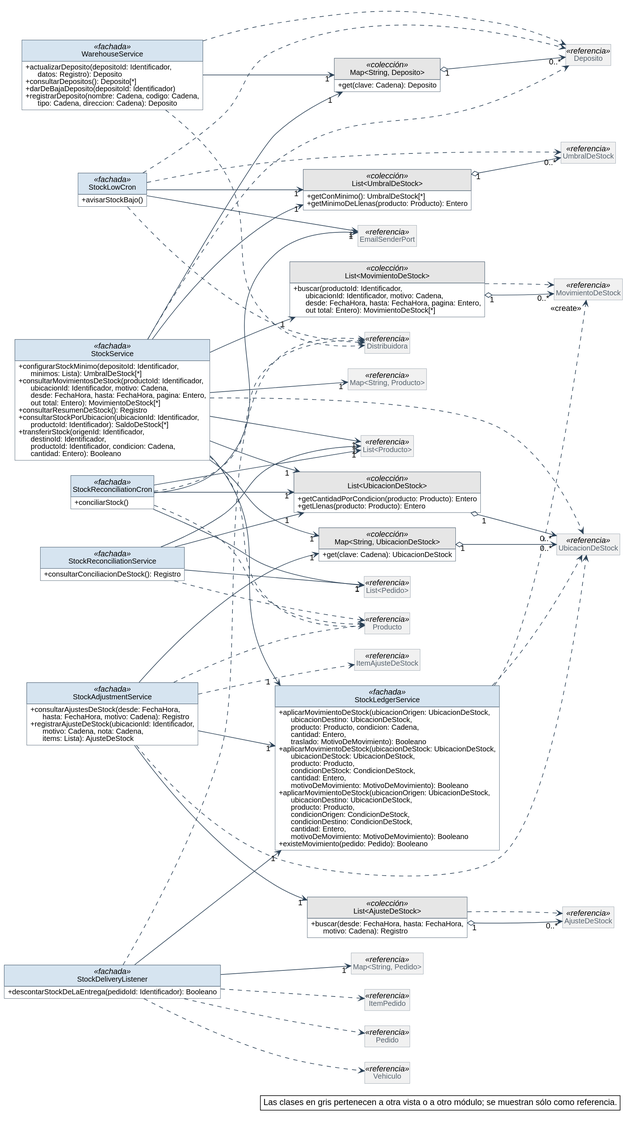
This is diagramas/clases-diseno/DC_Mod_Stock.svg from Nahuelito-Dev/splg-docs, a PlantUML export, as it was before one commit.
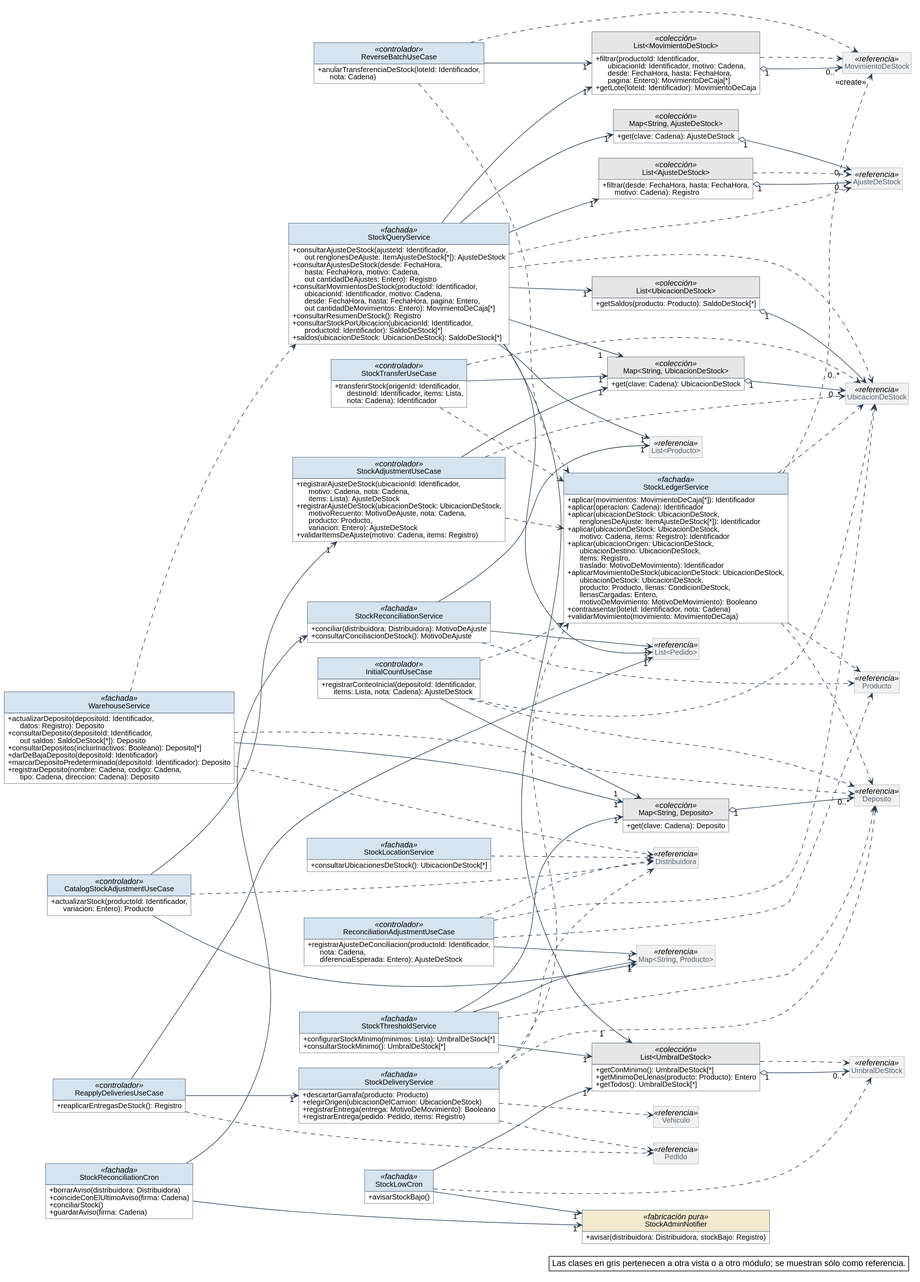
After the commit.

Change to the diagram source:
```diff
@@ -60,129 +60,190 @@
 left to right direction
 skinparam nodesep 25
 skinparam ranksep 90
+class CatalogStockAdjustmentUseCase <<controlador>> {
+  + actualizarStock(productoId: Identificador,\n      variacion: Entero): Producto
+}
+class StockAdjustmentUseCase <<controlador>> {
+  + registrarAjusteDeStock(ubicacionId: Identificador,\n      motivo: Cadena, nota: Cadena,\n      items: Lista): AjusteDeStock
+  + registrarAjusteDeStock(ubicacionDeStock: UbicacionDeStock,\n      motivoRecuento: MotivoDeAjuste, nota: Cadena,\n      producto: Producto,\n      variacion: Entero): AjusteDeStock
+  + validarItemsDeAjuste(motivo: Cadena, items: Registro)
+}
 class WarehouseService <<fachada>> {
   + actualizarDeposito(depositoId: Identificador,\n      datos: Registro): Deposito
-  + consultarDepositos(): Deposito[*]
+  + consultarDeposito(depositoId: Identificador,\n      out saldos: SaldoDeStock[*]): Deposito
+  + consultarDepositos(incluirInactivos: Booleano): Deposito[*]
   + darDeBajaDeposito(depositoId: Identificador)
+  + marcarDepositoPredeterminado(depositoId: Identificador): Deposito
   + registrarDeposito(nombre: Cadena, codigo: Cadena,\n      tipo: Cadena, direccion: Cadena): Deposito
 }
-class StockService <<fachada>> {
-  + configurarStockMinimo(depositoId: Identificador,\n      minimos: Lista): UmbralDeStock[*]
-  + consultarMovimientosDeStock(productoId: Identificador,\n      ubicacionId: Identificador, motivo: Cadena,\n      desde: FechaHora, hasta: FechaHora, pagina: Entero,\n      out total: Entero): MovimientoDeStock[*]
+class "Map<String, Deposito>" as Map_String_Deposito <<colección>> {
+  + get(clave: Cadena): Deposito
+}
+class StockQueryService <<fachada>> {
+  + consultarAjusteDeStock(ajusteId: Identificador,\n      out renglonesDeAjuste: ItemAjusteDeStock[*]): AjusteDeStock
+  + consultarAjustesDeStock(desde: FechaHora,\n      hasta: FechaHora, motivo: Cadena,\n      out cantidadDeAjustes: Entero): Registro
+  + consultarMovimientosDeStock(productoId: Identificador,\n      ubicacionId: Identificador, motivo: Cadena,\n      desde: FechaHora, hasta: FechaHora, pagina: Entero,\n      out cantidadDeMovimientos: Entero): MovimientoDeCaja[*]
   + consultarResumenDeStock(): Registro
   + consultarStockPorUbicacion(ubicacionId: Identificador,\n      productoId: Identificador): SaldoDeStock[*]
-  + transferirStock(origenId: Identificador,\n      destinoId: Identificador,\n      productoId: Identificador, condicion: Cadena,\n      cantidad: Entero): Booleano
+  + saldos(ubicacionDeStock: UbicacionDeStock): SaldoDeStock[*]
 }
-class "List<UbicacionDeStock>" as List_UbicacionDeStock <<colección>> {
-  + getCantidadPorCondicion(producto: Producto): Entero
-  + getLlenas(producto: Producto): Entero
+class "Map<String, UbicacionDeStock>" as Map_String_UbicacionDeStock <<colección>> {
+  + get(clave: Cadena): UbicacionDeStock
+}
+class StockLocationService <<fachada>> {
+  + consultarUbicacionesDeStock(): UbicacionDeStock[*]
+}
+class "List<MovimientoDeStock>" as List_MovimientoDeStock <<colección>> {
+  + filtrar(productoId: Identificador,\n      ubicacionId: Identificador, motivo: Cadena,\n      desde: FechaHora, hasta: FechaHora,\n      pagina: Entero): MovimientoDeCaja[*]
+  + getLote(loteId: Identificador): MovimientoDeCaja
+}
+class StockThresholdService <<fachada>> {
+  + configurarStockMinimo(minimos: Lista): UmbralDeStock[*]
+  + consultarStockMinimo(): UmbralDeStock[*]
 }
 class "List<UmbralDeStock>" as List_UmbralDeStock <<colección>> {
   + getConMinimo(): UmbralDeStock[*]
   + getMinimoDeLlenas(producto: Producto): Entero
-}
-class "Map<String, UbicacionDeStock>" as Map_String_UbicacionDeStock <<colección>> {
-  + get(clave: Cadena): UbicacionDeStock
-}
-class "List<MovimientoDeStock>" as List_MovimientoDeStock <<colección>> {
-  + buscar(productoId: Identificador,\n      ubicacionId: Identificador, motivo: Cadena,\n      desde: FechaHora, hasta: FechaHora, pagina: Entero,\n      out total: Entero): MovimientoDeStock[*]
-}
-class "Map<String, Deposito>" as Map_String_Deposito <<colección>> {
-  + get(clave: Cadena): Deposito
+  + getTodos(): UmbralDeStock[*]
 }
 class StockLowCron <<fachada>> {
   + avisarStockBajo()
 }
+class StockAdminNotifier <<fabricación pura>> {
+  + avisar(distribuidora: Distribuidora, stockBajo: Registro)
+}
+class StockTransferUseCase <<controlador>> {
+  + transferirStock(origenId: Identificador,\n      destinoId: Identificador, items: Lista,\n      nota: Cadena): Identificador
+}
 class StockLedgerService <<fachada>> {
-  + aplicarMovimientoDeStock(ubicacionOrigen: UbicacionDeStock,\n      ubicacionDestino: UbicacionDeStock,\n      producto: Producto, condicion: Cadena,\n      cantidad: Entero,\n      traslado: MotivoDeMovimiento): Booleano
-  + aplicarMovimientoDeStock(ubicacionDeStock: UbicacionDeStock,\n      ubicacionDeStock: UbicacionDeStock,\n      producto: Producto,\n      condicionDeStock: CondicionDeStock,\n      cantidad: Entero,\n      motivoDeMovimiento: MotivoDeMovimiento): Booleano
-  + aplicarMovimientoDeStock(ubicacionOrigen: UbicacionDeStock,\n      ubicacionDestino: UbicacionDeStock,\n      producto: Producto,\n      condicionOrigen: CondicionDeStock,\n      condicionDestino: CondicionDeStock,\n      cantidad: Entero,\n      motivoDeMovimiento: MotivoDeMovimiento): Booleano
-  + existeMovimiento(pedido: Pedido): Booleano
+  + aplicar(movimientos: MovimientoDeCaja[*]): Identificador
+  + aplicar(operacion: Cadena): Identificador
+  + aplicar(ubicacionDeStock: UbicacionDeStock,\n      renglonesDeAjuste: ItemAjusteDeStock[*]): Identificador
+  + aplicar(ubicacionDeStock: UbicacionDeStock,\n      motivo: Cadena, items: Registro): Identificador
+  + aplicar(ubicacionOrigen: UbicacionDeStock,\n      ubicacionDestino: UbicacionDeStock,\n      items: Registro,\n      traslado: MotivoDeMovimiento): Identificador
+  + aplicarMovimientoDeStock(ubicacionDeStock: UbicacionDeStock,\n      ubicacionDeStock: UbicacionDeStock,\n      producto: Producto, llenas: CondicionDeStock,\n      llenasCargadas: Entero,\n      motivoDeMovimiento: MotivoDeMovimiento): Booleano
+  + contraasentar(loteId: Identificador, nota: Cadena)
+  + validarMovimiento(movimiento: MovimientoDeCaja)
 }
-class StockAdjustmentService <<fachada>> {
-  + consultarAjustesDeStock(desde: FechaHora,\n      hasta: FechaHora, motivo: Cadena): Registro
-  + registrarAjusteDeStock(ubicacionId: Identificador,\n      motivo: Cadena, nota: Cadena,\n      items: Lista): AjusteDeStock
+class StockDeliveryService <<fachada>> {
+  + descartarGarrafa(producto: Producto)
+  + elegirOrigen(ubicacionDelCamion: UbicacionDeStock)
+  + registrarEntrega(entrega: MotivoDeMovimiento): Booleano
+  + registrarEntrega(pedido: Pedido, items: Registro)
+}
+class StockReconciliationCron <<fachada>> {
+  + borrarAviso(distribuidora: Distribuidora)
+  + coincideConElUltimoAviso(firma: Cadena)
+  + conciliarStock()
+  + guardarAviso(firma: Cadena)
+}
+class StockReconciliationService <<fachada>> {
+  + conciliar(distribuidora: Distribuidora): MotivoDeAjuste
+  + consultarConciliacionDeStock(): MotivoDeAjuste
+}
+class InitialCountUseCase <<controlador>> {
+  + registrarConteoInicial(depositoId: Identificador,\n      items: Lista, nota: Cadena): AjusteDeStock
+}
+class "Map<String, AjusteDeStock>" as Map_String_AjusteDeStock <<colección>> {
+  + get(clave: Cadena): AjusteDeStock
 }
 class "List<AjusteDeStock>" as List_AjusteDeStock <<colección>> {
-  + buscar(desde: FechaHora, hasta: FechaHora,\n      motivo: Cadena): Registro
+  + filtrar(desde: FechaHora, hasta: FechaHora,\n      motivo: Cadena): Registro
 }
-class StockDeliveryListener <<fachada>> {
-  + descontarStockDeLaEntrega(pedidoId: Identificador): Booleano
+class ReverseBatchUseCase <<controlador>> {
+  + anularTransferenciaDeStock(loteId: Identificador,\n      nota: Cadena)
 }
-class StockReconciliationCron <<fachada>> {
-  + conciliarStock()
+class ReconciliationAdjustmentUseCase <<controlador>> {
+  + registrarAjusteDeConciliacion(productoId: Identificador,\n      nota: Cadena,\n      diferenciaEsperada: Entero): AjusteDeStock
 }
-class StockReconciliationService <<fachada>> {
-  + consultarConciliacionDeStock(): Registro
+class ReapplyDeliveriesUseCase <<controlador>> {
+  + reaplicarEntregasDeStock(): Registro
 }
+class "List<UbicacionDeStock>" as List_UbicacionDeStock <<colección>> {
+  + getSaldos(producto: Producto): SaldoDeStock[*]
+}
+class Deposito <<referencia>>
 class UbicacionDeStock <<referencia>>
+class MovimientoDeStock <<referencia>>
 class UmbralDeStock <<referencia>>
-class MovimientoDeStock <<referencia>>
-class Deposito <<referencia>>
 class AjusteDeStock <<referencia>>
-class "Map<String, Pedido>" as Map_String_Pedido <<referencia>>
-class EmailSenderPort <<referencia>>
+class "Map<String, Producto>" as Map_String_Producto <<referencia>>
 class "List<Pedido>" as List_Pedido <<referencia>>
 class "List<Producto>" as List_Producto <<referencia>>
-class "Map<String, Producto>" as Map_String_Producto <<referencia>>
-class ItemAjusteDeStock <<referencia>>
+class Distribuidora <<referencia>>
+class Pedido <<referencia>>
 class Producto <<referencia>>
-class Distribuidora <<referencia>>
-class ItemPedido <<referencia>>
-class Pedido <<referencia>>
 class Vehiculo <<referencia>>
 
-List_UbicacionDeStock "1" o--> "0..*" UbicacionDeStock
-List_UmbralDeStock "1" o--> "0..*" UmbralDeStock
+Map_String_Deposito "1" o--> "0..*" Deposito
 Map_String_UbicacionDeStock "1" o--> "0..*" UbicacionDeStock
 List_MovimientoDeStock "1" o--> "0..*" MovimientoDeStock
-Map_String_Deposito "1" o--> "0..*" Deposito
+List_UmbralDeStock "1" o--> "0..*" UmbralDeStock
+Map_String_AjusteDeStock "1" o--> "0..*" AjusteDeStock
 List_AjusteDeStock "1" o--> "0..*" AjusteDeStock
-StockAdjustmentService --> "1" List_AjusteDeStock
-StockAdjustmentService --> "1" Map_String_UbicacionDeStock
-StockAdjustmentService --> "1" StockLedgerService
-StockDeliveryListener --> "1" Map_String_Pedido
-StockDeliveryListener --> "1" StockLedgerService
-StockLowCron --> "1" EmailSenderPort
+List_UbicacionDeStock "1" o--> "0..*" UbicacionDeStock
+CatalogStockAdjustmentUseCase --> "1" Map_String_Producto
+CatalogStockAdjustmentUseCase --> "1" StockAdjustmentUseCase
+InitialCountUseCase --> "1" Map_String_Deposito
+ReapplyDeliveriesUseCase --> "1" List_Pedido
+ReapplyDeliveriesUseCase --> "1" StockDeliveryService
+ReconciliationAdjustmentUseCase --> "1" Map_String_Producto
+ReverseBatchUseCase --> "1" List_MovimientoDeStock
+StockAdjustmentUseCase --> "1" Map_String_UbicacionDeStock
 StockLowCron --> "1" List_UmbralDeStock
-StockReconciliationCron --> "1" EmailSenderPort
-StockReconciliationCron --> "1" List_Pedido
-StockReconciliationCron --> "1" List_Producto
-StockReconciliationCron --> "1" List_UbicacionDeStock
+StockLowCron --> "1" StockAdminNotifier
+StockQueryService --> "1" List_AjusteDeStock
+StockQueryService --> "1" List_MovimientoDeStock
+StockQueryService --> "1" List_Pedido
+StockQueryService --> "1" List_Producto
+StockQueryService --> "1" List_UbicacionDeStock
+StockQueryService --> "1" List_UmbralDeStock
+StockQueryService --> "1" Map_String_AjusteDeStock
+StockQueryService --> "1" Map_String_UbicacionDeStock
+StockReconciliationCron --> "1" StockAdminNotifier
+StockReconciliationCron --> "1" StockReconciliationService
 StockReconciliationService --> "1" List_Pedido
 StockReconciliationService --> "1" List_Producto
-StockReconciliationService --> "1" List_UbicacionDeStock
-StockService --> "1" List_MovimientoDeStock
-StockService --> "1" List_Producto
-StockService --> "1" List_UbicacionDeStock
-StockService --> "1" List_UmbralDeStock
-StockService --> "1" Map_String_Deposito
-StockService --> "1" Map_String_Producto
-StockService --> "1" Map_String_UbicacionDeStock
-StockService --> "1" StockLedgerService
+StockThresholdService --> "1" List_UmbralDeStock
+StockThresholdService --> "1" Map_String_Deposito
+StockThresholdService --> "1" Map_String_Producto
+StockTransferUseCase --> "1" Map_String_UbicacionDeStock
 WarehouseService --> "1" Map_String_Deposito
+CatalogStockAdjustmentUseCase ..> Distribuidora
+InitialCountUseCase ..> Deposito
+InitialCountUseCase ..> StockLedgerService
+InitialCountUseCase ..> UbicacionDeStock
 List_AjusteDeStock ..> AjusteDeStock
 List_MovimientoDeStock ..> MovimientoDeStock
-StockAdjustmentService ..> ItemAjusteDeStock
-StockAdjustmentService ..> Producto
-StockAdjustmentService ..> UbicacionDeStock
-StockDeliveryListener ..> Distribuidora
-StockDeliveryListener ..> ItemPedido
-StockDeliveryListener ..> Pedido
-StockDeliveryListener ..> Vehiculo
+List_UmbralDeStock ..> UmbralDeStock
+ReapplyDeliveriesUseCase ..> Pedido
+ReconciliationAdjustmentUseCase ..> Distribuidora
+ReconciliationAdjustmentUseCase ..> Producto
+ReconciliationAdjustmentUseCase ..> UbicacionDeStock
+ReverseBatchUseCase ..> MovimientoDeStock
+ReverseBatchUseCase ..> StockLedgerService
+StockAdjustmentUseCase ..> StockLedgerService
+StockAdjustmentUseCase ..> UbicacionDeStock
+StockDeliveryService ..> Deposito
+StockDeliveryService ..> Distribuidora
+StockDeliveryService ..> Pedido
+StockDeliveryService ..> StockLedgerService
+StockDeliveryService ..> Vehiculo
+StockLedgerService ..> Deposito
 StockLedgerService ..> "<<create>>" MovimientoDeStock
+StockLedgerService ..> Producto
 StockLedgerService ..> UbicacionDeStock
-StockLowCron ..> Deposito
-StockLowCron ..> Distribuidora
+StockLocationService ..> Distribuidora
 StockLowCron ..> UmbralDeStock
-StockReconciliationCron ..> Distribuidora
-StockReconciliationCron ..> Producto
+StockQueryService ..> AjusteDeStock
+StockQueryService ..> UbicacionDeStock
 StockReconciliationService ..> Producto
-StockService ..> Deposito
-StockService ..> Producto
-StockService ..> UbicacionDeStock
+StockThresholdService ..> Deposito
+StockTransferUseCase ..> StockLedgerService
+StockTransferUseCase ..> UbicacionDeStock
 WarehouseService ..> Deposito
 WarehouseService ..> Distribuidora
+WarehouseService ..> StockQueryService
 
 legend bottom right
   Las clases en gris pertenecen a otra vista o a otro módulo; se muestran sólo como referencia.
```
